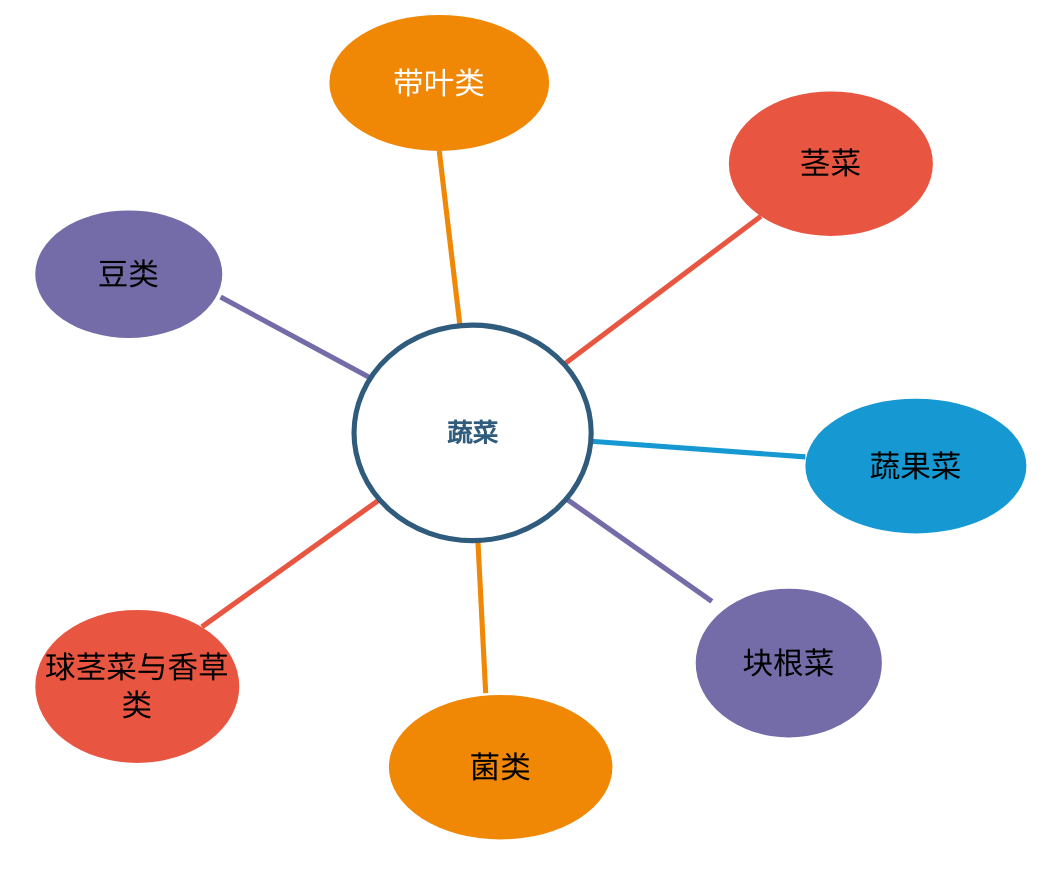
The draw.io diagram 蔬菜.drawio in paopao0602/work, before the edit. Source tidied: cells renumbered, new cells numbered last; positions are measured from the earlier drawing's top-left corner, leaving out a move shared by most shapes. Both pictures are drawn from the tidied source at 85%, with x=0, y=0 at pixel (35, 14).
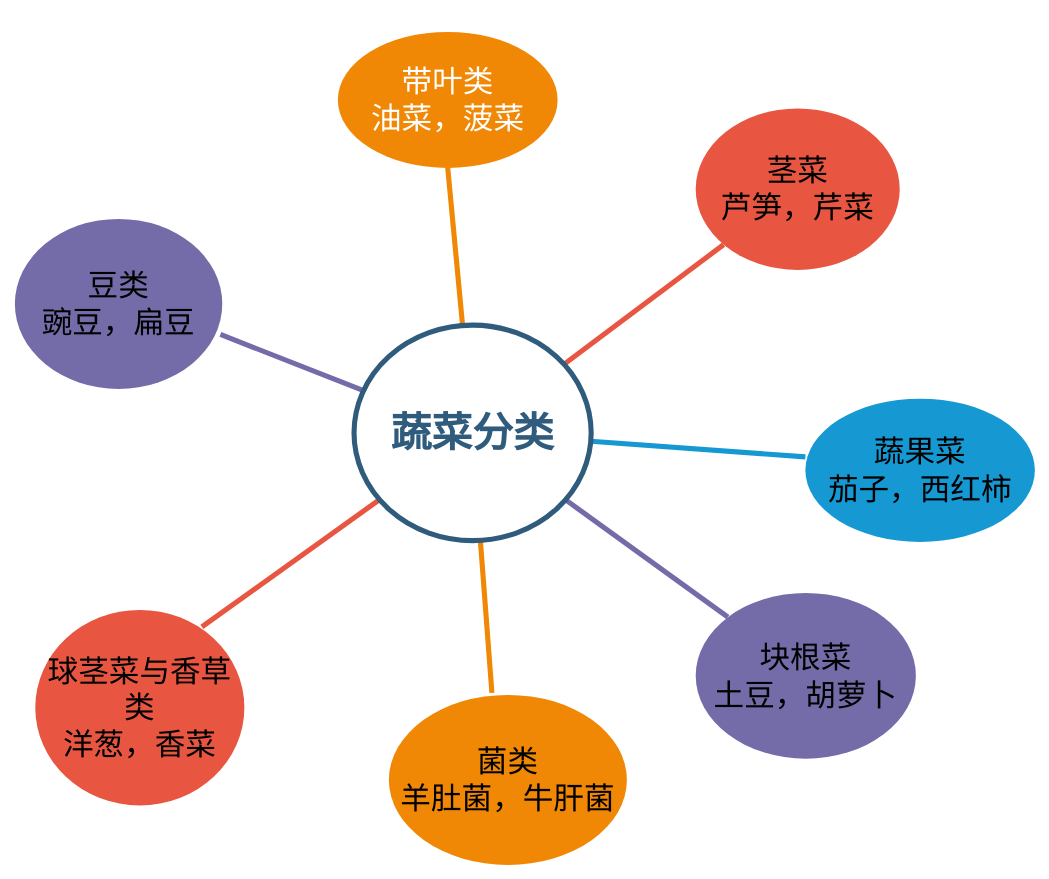
The same page after the edit.

Change to the diagram source:
```diff
@@
 <mxGraphModel>
   <root>
     <mxCell id="0" />
     <mxCell id="1" parent="0" />
-    <mxCell id="2" value="&lt;font style=&quot;font-size: 36px&quot;&gt;带叶类&lt;/font&gt;" style="ellipse;whiteSpace=wrap;html=1;shadow=0;fontFamily=Helvetica;fontSize=20;fontColor=#FFFFFF;align=center;strokeWidth=3;fillColor=#F08705;strokeColor=none;gradientColor=none;" parent="1" vertex="1">
-      <mxGeometry x="346" width="258.5" height="160" as="geometry" />
+    <mxCell id="2" value="&lt;font style=&quot;font-size: 36px&quot;&gt;带叶类&lt;br&gt;油菜，菠菜&lt;br&gt;&lt;/font&gt;" style="ellipse;whiteSpace=wrap;html=1;shadow=0;fontFamily=Helvetica;fontSize=20;fontColor=#FFFFFF;align=center;strokeWidth=3;fillColor=#F08705;strokeColor=none;gradientColor=none;" parent="1" vertex="1">
+      <mxGeometry x="356" y="20" width="258.5" height="160" as="geometry" />
     </mxCell>
-    <mxCell id="3" value="&lt;span style=&quot;color: rgb(0 , 0 , 0) ; font-family: &amp;#34;dengxian&amp;#34;&quot;&gt;&lt;font style=&quot;font-size: 36px&quot;&gt;茎菜&lt;/font&gt;&lt;/span&gt;&lt;span style=&quot;color: rgb(0 , 0 , 0) ; font-size: medium&quot;&gt;&lt;/span&gt;" style="ellipse;whiteSpace=wrap;html=1;shadow=0;fontFamily=Helvetica;fontSize=20;fontColor=#FFFFFF;align=center;strokeWidth=3;fillColor=#E85642;strokeColor=none;" parent="1" vertex="1">
-      <mxGeometry x="816" y="90" width="240" height="170" as="geometry" />
+    <mxCell id="3" value="&lt;span style=&quot;color: rgb(0 , 0 , 0) ; font-family: &amp;#34;dengxian&amp;#34;&quot;&gt;&lt;font style=&quot;font-size: 36px&quot;&gt;茎菜&lt;br&gt;芦笋，芹菜&lt;br&gt;&lt;/font&gt;&lt;/span&gt;&lt;span style=&quot;color: rgb(0 , 0 , 0) ; font-size: medium&quot;&gt;&lt;/span&gt;" style="ellipse;whiteSpace=wrap;html=1;shadow=0;fontFamily=Helvetica;fontSize=20;fontColor=#FFFFFF;align=center;strokeWidth=3;fillColor=#E85642;strokeColor=none;" parent="1" vertex="1">
+      <mxGeometry x="777" y="110" width="240" height="190" as="geometry" />
     </mxCell>
     <mxCell id="4" style="endArrow=none;strokeWidth=6;strokeColor=#f08705;html=1;entryX=0.5;entryY=1;entryDx=0;entryDy=0;" parent="1" edge="1" source="11" target="2">
       <mxGeometry relative="1" as="geometry" />
     </mxCell>
     <mxCell id="5" style="endArrow=none;strokeWidth=6;strokeColor=#E85642;html=1;" parent="1" edge="1" source="11" target="3">
       <mxGeometry relative="1" as="geometry" />
     </mxCell>
     <mxCell id="6" style="endArrow=none;strokeWidth=6;strokeColor=#1699D3;html=1;" parent="1" edge="1" source="11">
       <mxGeometry relative="1" as="geometry">
         <mxPoint x="906" y="520" as="targetPoint" />
       </mxGeometry>
     </mxCell>
     <mxCell id="7" style="endArrow=none;strokeWidth=6;strokeColor=#736CA8;html=1;entryX=0.991;entryY=0.68;entryDx=0;entryDy=0;entryPerimeter=0;" parent="1" edge="1" source="11" target="15">
       <mxGeometry relative="1" as="geometry" />
     </mxCell>
-    <mxCell id="8" style="endArrow=none;strokeWidth=6;strokeColor=#736ca8;html=1;" parent="1" edge="1" source="11">
-      <mxGeometry relative="1" as="geometry">
-        <mxPoint x="796" y="690" as="targetPoint" />
-      </mxGeometry>
+    <mxCell id="8" style="endArrow=none;strokeWidth=6;strokeColor=#736ca8;html=1;entryX=0;entryY=0;entryDx=0;entryDy=0;" parent="1" edge="1" source="11" target="12">
+      <mxGeometry relative="1" as="geometry" />
     </mxCell>
     <mxCell id="9" style="edgeStyle=none;endArrow=none;strokeWidth=6;strokeColor=#F08705;html=1;entryX=0.433;entryY=-0.012;entryDx=0;entryDy=0;entryPerimeter=0;" parent="1" edge="1" source="11" target="13">
       <mxGeometry x="-121" y="305" as="geometry" />
     </mxCell>
     <mxCell id="10" style="edgeStyle=none;endArrow=none;strokeWidth=6;strokeColor=#E85642;html=1;" parent="1" edge="1" source="11">
       <mxGeometry x="-121" y="305" as="geometry">
         <mxPoint x="196" y="720" as="targetPoint" />
       </mxGeometry>
     </mxCell>
-    <mxCell id="11" value="蔬菜" style="ellipse;whiteSpace=wrap;html=1;shadow=0;fontFamily=Helvetica;fontSize=30;fontColor=#2F5B7C;align=center;strokeColor=#2F5B7C;strokeWidth=6;fillColor=#FFFFFF;fontStyle=1;gradientColor=none;" parent="1" vertex="1">
+    <mxCell id="11" value="&lt;font style=&quot;font-size: 48px&quot;&gt;蔬菜分类&lt;/font&gt;" style="ellipse;whiteSpace=wrap;html=1;shadow=0;fontFamily=Helvetica;fontSize=30;fontColor=#2F5B7C;align=center;strokeColor=#2F5B7C;strokeWidth=6;fillColor=#FFFFFF;fontStyle=1;gradientColor=none;" parent="1" vertex="1">
       <mxGeometry x="375" y="365" width="279" height="253.5" as="geometry" />
     </mxCell>
-    <mxCell id="12" value="&lt;span style=&quot;color: rgb(0 , 0 , 0) ; font-family: &amp;#34;dengxian&amp;#34;&quot;&gt;&lt;font style=&quot;font-size: 36px&quot;&gt;块根菜&lt;/font&gt;&lt;/span&gt;&lt;span style=&quot;color: rgb(0 , 0 , 0) ; font-size: medium&quot;&gt;&lt;/span&gt;" style="ellipse;whiteSpace=wrap;html=1;shadow=0;fontFamily=Helvetica;fontSize=20;fontColor=#FFFFFF;align=center;strokeWidth=3;fillColor=#736ca8;strokeColor=none;" parent="1" vertex="1">
-      <mxGeometry x="777" y="675" width="219" height="175" as="geometry" />
+    <mxCell id="12" value="&lt;span style=&quot;color: rgb(0 , 0 , 0) ; font-family: &amp;#34;dengxian&amp;#34;&quot;&gt;&lt;font style=&quot;font-size: 36px&quot;&gt;块根菜&lt;br&gt;土豆，胡萝卜&lt;br&gt;&lt;/font&gt;&lt;/span&gt;&lt;span style=&quot;color: rgb(0 , 0 , 0) ; font-size: medium&quot;&gt;&lt;/span&gt;" style="ellipse;whiteSpace=wrap;html=1;shadow=0;fontFamily=Helvetica;fontSize=20;fontColor=#FFFFFF;align=center;strokeWidth=3;fillColor=#736ca8;strokeColor=none;" parent="1" vertex="1">
+      <mxGeometry x="777" y="680" width="259" height="195" as="geometry" />
     </mxCell>
-    <mxCell id="13" value="&lt;span style=&quot;color: rgb(0 , 0 , 0) ; font-family: &amp;#34;dengxian&amp;#34;&quot;&gt;&lt;font style=&quot;font-size: 36px&quot;&gt;菌类&lt;/font&gt;&lt;/span&gt;&lt;span style=&quot;color: rgb(0 , 0 , 0) ; font-size: medium&quot;&gt;&lt;/span&gt;" style="ellipse;whiteSpace=wrap;html=1;shadow=0;fontFamily=Helvetica;fontSize=20;fontColor=#FFFFFF;align=center;strokeWidth=3;fillColor=#F08705;strokeColor=none;" parent="1" vertex="1">
-      <mxGeometry x="416" y="800" width="263" height="170" as="geometry" />
+    <mxCell id="13" value="&lt;span style=&quot;color: rgb(0 , 0 , 0) ; font-family: &amp;#34;dengxian&amp;#34;&quot;&gt;&lt;font style=&quot;font-size: 36px&quot;&gt;菌类&lt;br&gt;羊肚菌，牛肝菌&lt;br&gt;&lt;/font&gt;&lt;/span&gt;&lt;span style=&quot;color: rgb(0 , 0 , 0) ; font-size: medium&quot;&gt;&lt;/span&gt;" style="ellipse;whiteSpace=wrap;html=1;shadow=0;fontFamily=Helvetica;fontSize=20;fontColor=#FFFFFF;align=center;strokeWidth=3;fillColor=#F08705;strokeColor=none;" parent="1" vertex="1">
+      <mxGeometry x="416" y="800" width="280" height="200" as="geometry" />
     </mxCell>
-    <mxCell id="14" value="&lt;span style=&quot;color: rgb(0 , 0 , 0) ; font-family: &amp;#34;dengxian&amp;#34;&quot;&gt;&lt;font style=&quot;font-size: 36px&quot;&gt;球茎菜与香草类&lt;/font&gt;&lt;/span&gt;&lt;span style=&quot;color: rgb(0 , 0 , 0) ; font-size: medium&quot;&gt;&lt;/span&gt;" style="ellipse;whiteSpace=wrap;html=1;shadow=0;fontFamily=Helvetica;fontSize=20;fontColor=#FFFFFF;align=center;strokeWidth=3;fillColor=#E85642;strokeColor=none;" parent="1" vertex="1">
-      <mxGeometry y="700" width="240" height="180" as="geometry" />
+    <mxCell id="14" value="&lt;span style=&quot;color: rgb(0 , 0 , 0) ; font-family: &amp;#34;dengxian&amp;#34;&quot;&gt;&lt;font style=&quot;font-size: 36px&quot;&gt;球茎菜与香草类&lt;br&gt;洋葱，香菜&lt;br&gt;&lt;/font&gt;&lt;/span&gt;&lt;span style=&quot;color: rgb(0 , 0 , 0) ; font-size: medium&quot;&gt;&lt;/span&gt;" style="ellipse;whiteSpace=wrap;html=1;shadow=0;fontFamily=Helvetica;fontSize=20;fontColor=#FFFFFF;align=center;strokeWidth=3;fillColor=#E85642;strokeColor=none;" parent="1" vertex="1">
+      <mxGeometry y="700" width="246" height="230" as="geometry" />
     </mxCell>
-    <mxCell id="15" value="&lt;span style=&quot;color: rgb(0 , 0 , 0) ; font-family: &amp;#34;dengxian&amp;#34;&quot;&gt;&lt;font style=&quot;font-size: 36px&quot;&gt;豆类&lt;/font&gt;&lt;/span&gt;&lt;span style=&quot;color: rgb(0 , 0 , 0) ; font-size: medium&quot;&gt;&lt;/span&gt;" style="ellipse;whiteSpace=wrap;html=1;shadow=0;fontFamily=Helvetica;fontSize=20;fontColor=#FFFFFF;align=center;strokeWidth=3;fillColor=#736ca8;strokeColor=none;" parent="1" vertex="1">
-      <mxGeometry y="230" width="220" height="150" as="geometry" />
+    <mxCell id="15" value="&lt;span style=&quot;color: rgb(0 , 0 , 0) ; font-family: &amp;#34;dengxian&amp;#34;&quot;&gt;&lt;font style=&quot;font-size: 36px&quot;&gt;豆类&lt;br&gt;豌豆，扁豆&lt;br&gt;&lt;/font&gt;&lt;/span&gt;&lt;span style=&quot;color: rgb(0 , 0 , 0) ; font-size: medium&quot;&gt;&lt;/span&gt;" style="ellipse;whiteSpace=wrap;html=1;shadow=0;fontFamily=Helvetica;fontSize=20;fontColor=#FFFFFF;align=center;strokeWidth=3;fillColor=#736ca8;strokeColor=none;" parent="1" vertex="1">
+      <mxGeometry x="-24" y="240" width="244" height="200" as="geometry" />
     </mxCell>
-    <mxCell id="16" value="&lt;span style=&quot;color: rgb(0 , 0 , 0) ; font-family: &amp;#34;dengxian&amp;#34;&quot;&gt;&lt;font style=&quot;font-size: 36px&quot;&gt;蔬果菜&lt;/font&gt;&lt;/span&gt;&lt;span style=&quot;color: rgb(0 , 0 , 0) ; font-size: medium&quot;&gt;&lt;/span&gt;" style="ellipse;whiteSpace=wrap;html=1;shadow=0;fontFamily=Helvetica;fontSize=20;fontColor=#FFFFFF;align=center;strokeWidth=3;fillColor=#1699D3;strokeColor=none;" parent="1" vertex="1">
-      <mxGeometry x="906" y="451.5" width="260" height="158.5" as="geometry" />
+    <mxCell id="16" value="&lt;span style=&quot;color: rgb(0 , 0 , 0) ; font-family: &amp;#34;dengxian&amp;#34;&quot;&gt;&lt;font style=&quot;font-size: 36px&quot;&gt;蔬果菜&lt;br&gt;茄子，西红柿&lt;br&gt;&lt;/font&gt;&lt;/span&gt;&lt;span style=&quot;color: rgb(0 , 0 , 0) ; font-size: medium&quot;&gt;&lt;/span&gt;" style="ellipse;whiteSpace=wrap;html=1;shadow=0;fontFamily=Helvetica;fontSize=20;fontColor=#FFFFFF;align=center;strokeWidth=3;fillColor=#1699D3;strokeColor=none;" parent="1" vertex="1">
+      <mxGeometry x="906" y="451.5" width="270" height="168.5" as="geometry" />
     </mxCell>
   </root>
 </mxGraphModel>
```
